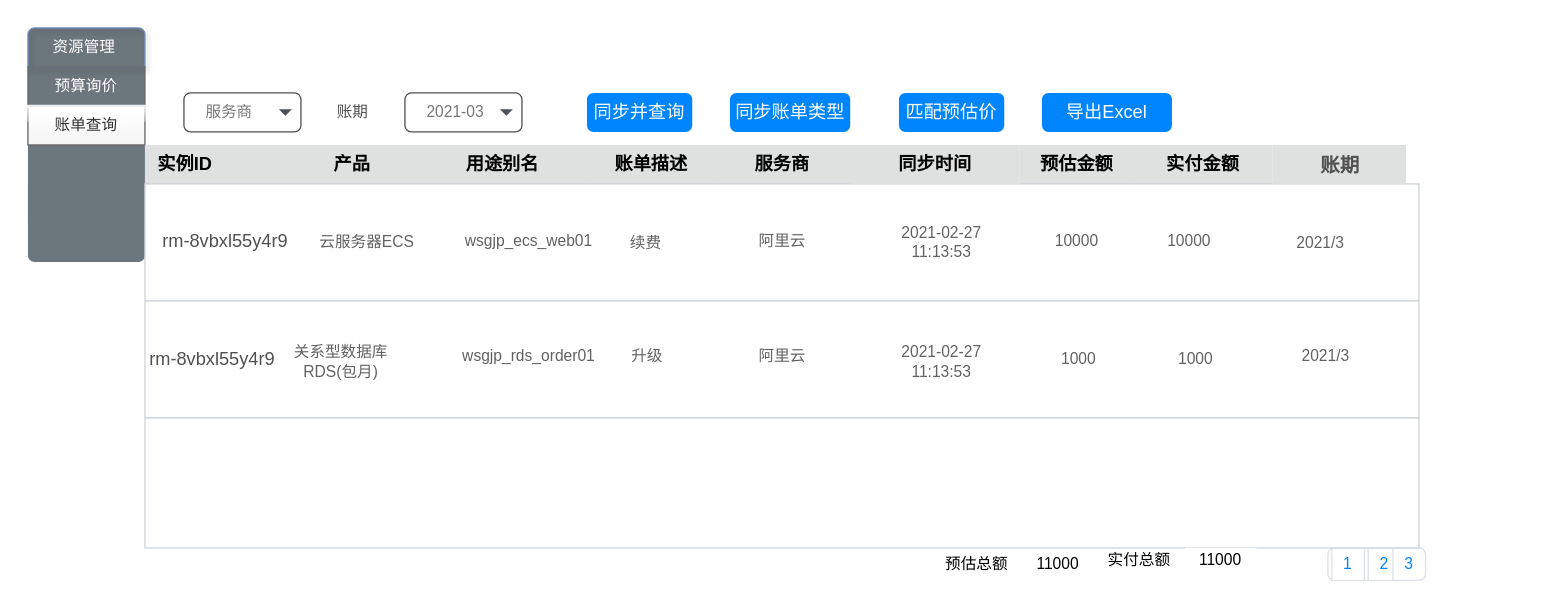
The draw.io diagram page "账单查询" (3 of 10) of 阿里云交易.drawio in mashifei/uml, before the edit. Source tidied: cells renumbered, new cells numbered last; positions are measured from the earlier drawing's top-left corner, leaving out a move shared by most shapes. Both pictures are drawn from the tidied source at 130%, with x=0, y=0 at pixel (27, 27).
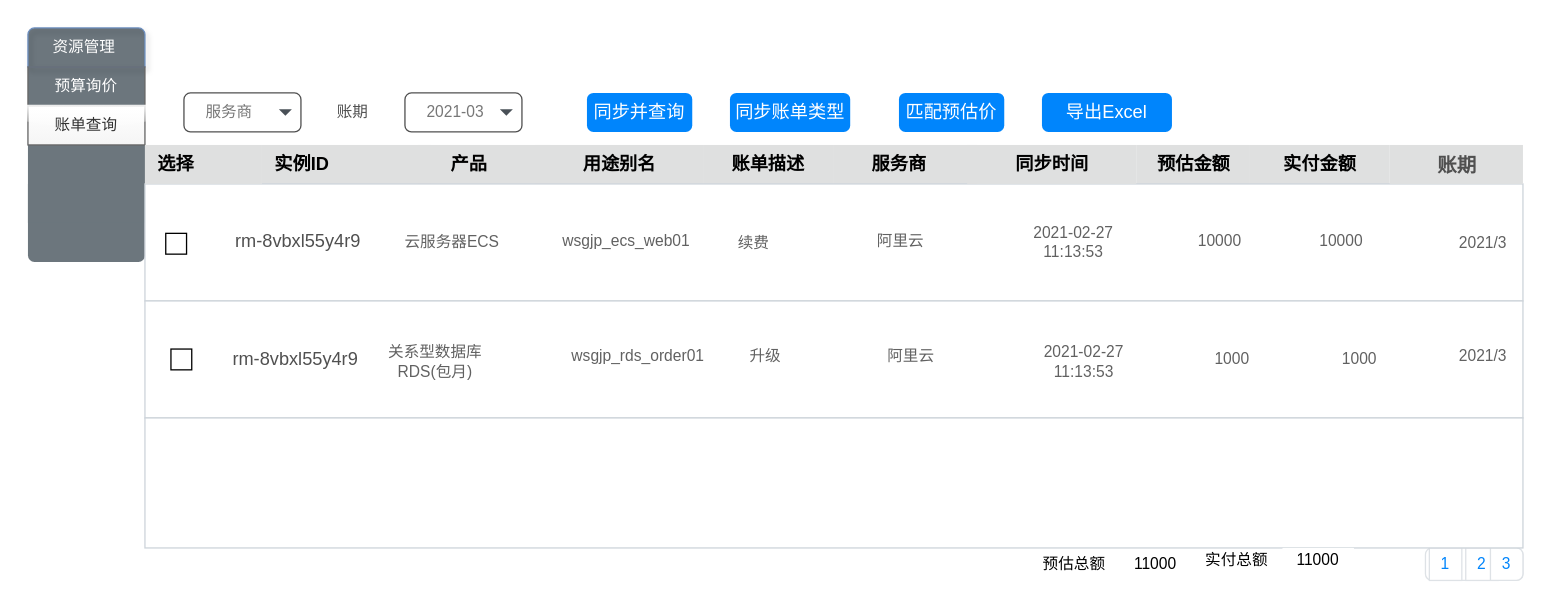
The same diagram, later.

Commit message:
更新阿里云交易.drawio

What changed in the source:
```diff
@@
     <mxCell id="7" value="实例ID" style="rounded=0;whiteSpace=wrap;html=1;arcSize=50;strokeColor=none;strokeWidth=1;fontColor=#000000;whiteSpace=wrap;align=left;verticalAlign=middle;spacingLeft=0;fontStyle=1;fontSize=14;spacing=10;fillColor=#DFE0E0;" parent="1" vertex="1">
-      <mxGeometry x="90" y="90" width="130" height="30" as="geometry" />
+      <mxGeometry x="180" y="90" width="130" height="30" as="geometry" />
     </mxCell>
     <mxCell id="8" value="&amp;nbsp; &amp;nbsp;账单描述" style="rounded=0;whiteSpace=wrap;html=1;arcSize=50;strokeColor=none;strokeWidth=1;fontColor=#000000;whiteSpace=wrap;align=left;verticalAlign=middle;spacingLeft=0;fontStyle=1;fontSize=14;spacing=10;fillColor=#DFE0E0;" parent="1" vertex="1">
-      <mxGeometry x="430" y="90" width="100" height="30" as="geometry" />
+      <mxGeometry x="520" y="90" width="100" height="30" as="geometry" />
     </mxCell>
     <mxCell id="9" value="&amp;nbsp; &amp;nbsp; &amp;nbsp; &amp;nbsp;用途别名" style="rounded=0;whiteSpace=wrap;html=1;arcSize=50;strokeColor=none;strokeWidth=1;fontColor=#000000;whiteSpace=wrap;align=left;verticalAlign=middle;spacingLeft=0;fontStyle=1;fontSize=14;spacing=10;fillColor=#DFE0E0;" parent="1" vertex="1">
-      <mxGeometry x="300" y="90" width="130" height="30" as="geometry" />
+      <mxGeometry x="390" y="90" width="130" height="30" as="geometry" />
     </mxCell>
     <mxCell id="10" value="&amp;nbsp; &amp;nbsp; 产品" style="rounded=0;whiteSpace=wrap;html=1;arcSize=50;strokeColor=none;strokeWidth=1;fontColor=#000000;whiteSpace=wrap;align=left;verticalAlign=middle;spacingLeft=0;fontStyle=1;fontSize=14;spacing=10;fillColor=#DFE0E0;" parent="1" vertex="1">
-      <mxGeometry x="210" y="90" width="102" height="30" as="geometry" />
+      <mxGeometry x="300" y="90" width="102" height="30" as="geometry" />
     </mxCell>
     <mxCell id="11" value="&amp;nbsp; &amp;nbsp; &amp;nbsp;服务商" style="rounded=0;whiteSpace=wrap;html=1;arcSize=50;strokeColor=none;strokeWidth=1;fontColor=#000000;whiteSpace=wrap;align=left;verticalAlign=middle;spacingLeft=0;fontStyle=1;fontSize=14;spacing=10;fillColor=#DFE0E0;" parent="1" vertex="1">
-      <mxGeometry x="530" y="90" width="110" height="30" as="geometry" />
+      <mxGeometry x="620" y="90" width="110" height="30" as="geometry" />
     </mxCell>
     <mxCell id="12" value="预估金额" style="rounded=0;whiteSpace=wrap;html=1;arcSize=50;strokeColor=none;strokeWidth=1;fontColor=#000000;whiteSpace=wrap;align=center;verticalAlign=middle;spacingLeft=0;fontStyle=1;fontSize=14;spacing=10;fillColor=#DFE0E0;" parent="1" vertex="1">
-      <mxGeometry x="762.5" y="90" width="87.5" height="30" as="geometry" />
+      <mxGeometry x="852.5" y="90" width="87.5" height="30" as="geometry" />
     </mxCell>
     <mxCell id="13" value="实付金额" style="rounded=0;whiteSpace=wrap;html=1;arcSize=50;strokeColor=none;strokeWidth=1;fontColor=#000000;whiteSpace=wrap;align=center;verticalAlign=middle;spacingLeft=0;fontStyle=1;fontSize=14;spacing=10;fillColor=#DFE0E0;" parent="1" vertex="1">
-      <mxGeometry x="850" y="90" width="107.5" height="30" as="geometry" />
+      <mxGeometry x="940" y="90" width="107.5" height="30" as="geometry" />
     </mxCell>
     <mxCell id="14" style="group;" parent="1" vertex="1">
-      <mxGeometry x="90" y="130" width="980" height="90" as="geometry" />
+      <mxGeometry x="90" y="130" width="1060" height="94" as="geometry" />
     </mxCell>
     <mxCell id="15" style="rounded=0;whiteSpace=wrap;html=1;shadow=0;dashed=0;sketch=0;strokeColor=#CED4DA;strokeWidth=1;fillColor=#FFFFFF;fontSize=14;fontColor=#505050;align=left;" parent="14" vertex="1">
-      <mxGeometry y="-10" width="980" height="90" as="geometry" />
+      <mxGeometry y="-10" width="1060" height="90" as="geometry" />
     </mxCell>
     <mxCell id="16" value="rm-8vbxl55y4r9" style="text;strokeColor=none;fillColor=none;align=center;verticalAlign=middle;whiteSpace=wrap;rounded=0;shadow=0;dashed=0;sketch=0;fontSize=14;fontColor=#505050;" parent="14" vertex="1">
-      <mxGeometry x="10" y="11.2" width="103.7" height="45" as="geometry" />
+      <mxGeometry x="62.2" y="11.2" width="112.1" height="45" as="geometry" />
     </mxCell>
     <mxCell id="17" value="wsgjp_ecs_web01" style="text;strokeColor=none;fillColor=none;align=center;verticalAlign=middle;whiteSpace=wrap;rounded=0;shadow=0;dashed=0;sketch=0;fontSize=12;fontColor=#505050;spacing=2;textOpacity=90;" parent="14" vertex="1">
-      <mxGeometry x="220" y="11.2" width="150.8" height="45" as="geometry" />
+      <mxGeometry x="289.3" y="11.2" width="163.1" height="45" as="geometry" />
     </mxCell>
     <mxCell id="18" value="续费" style="text;strokeColor=none;fillColor=none;align=center;verticalAlign=middle;whiteSpace=wrap;rounded=0;shadow=0;dashed=0;sketch=0;fontSize=12;fontColor=#505050;spacing=2;textOpacity=90;" parent="14" vertex="1">
-      <mxGeometry x="310" y="13.8" width="150.8" height="45" as="geometry" />
+      <mxGeometry x="386.7" y="13.8" width="163.1" height="45" as="geometry" />
     </mxCell>
     <mxCell id="19" value="阿里云" style="text;strokeColor=none;fillColor=none;align=center;verticalAlign=middle;whiteSpace=wrap;rounded=0;shadow=0;dashed=0;sketch=0;fontSize=12;fontColor=#505050;spacing=2;textOpacity=90;" parent="14" vertex="1">
-      <mxGeometry x="461.7" y="11.2" width="56.5" height="45" as="geometry" />
+      <mxGeometry x="550.8" y="11.2" width="61.2" height="45" as="geometry" />
     </mxCell>
     <mxCell id="20" value="云服务器ECS" style="text;strokeColor=none;fillColor=none;align=center;verticalAlign=middle;whiteSpace=wrap;rounded=0;shadow=0;dashed=0;sketch=0;fontSize=12;fontColor=#505050;spacing=2;textOpacity=90;" parent="14" vertex="1">
-      <mxGeometry x="130" y="12.5" width="82.3" height="45" as="geometry" />
+      <mxGeometry x="192" y="12.5" width="89" height="45" as="geometry" />
     </mxCell>
     <mxCell id="21" value="10000" style="text;strokeColor=none;fillColor=none;align=center;verticalAlign=middle;whiteSpace=wrap;rounded=0;shadow=0;dashed=0;sketch=0;fontSize=12;fontColor=#505050;spacing=2;textOpacity=90;" parent="14" vertex="1">
-      <mxGeometry x="775.2" y="11.2" width="56.5" height="45" as="geometry" />
+      <mxGeometry x="889.9" y="11.2" width="61.2" height="45" as="geometry" />
     </mxCell>
     <mxCell id="22" value="2021/3" style="text;strokeColor=none;fillColor=none;align=center;verticalAlign=middle;whiteSpace=wrap;rounded=0;shadow=0;dashed=0;sketch=0;fontSize=12;fontColor=#505050;spacing=2;textOpacity=90;" parent="14" vertex="1">
-      <mxGeometry x="876" y="13.8" width="56.5" height="45" as="geometry" />
+      <mxGeometry x="998.9" y="13.8" width="61.2" height="45" as="geometry" />
     </mxCell>
     <mxCell id="23" value="10000" style="text;strokeColor=none;fillColor=none;align=center;verticalAlign=middle;whiteSpace=wrap;rounded=0;shadow=0;dashed=0;sketch=0;fontSize=12;fontColor=#505050;spacing=2;textOpacity=90;" parent="14" vertex="1">
-      <mxGeometry x="670" y="11.2" width="94.2" height="45" as="geometry" />
+      <mxGeometry x="776.1" y="11.2" width="101.9" height="45" as="geometry" />
     </mxCell>
     <mxCell id="24" value="2021-02-27 11:13:53" style="text;strokeColor=none;fillColor=none;align=center;verticalAlign=middle;whiteSpace=wrap;rounded=0;shadow=0;dashed=0;sketch=0;fontSize=12;fontColor=#505050;spacing=2;textOpacity=90;" parent="14" vertex="1">
-      <mxGeometry x="580" y="12.5" width="65.7" height="45" as="geometry" />
+      <mxGeometry x="678.7" y="12.5" width="71.1" height="45" as="geometry" />
     </mxCell>
+    <mxCell id="56" style="whiteSpace=wrap;html=1;" parent="14" vertex="1">
+      <mxGeometry x="16" y="28" width="16" height="16" as="geometry" />
+    </mxCell>
     <mxCell id="25" style="html=1;shadow=0;dashed=0;shape=mxgraph.bootstrap.rrect;rSize=5;strokeColor=#DEE2E6;html=1;whiteSpace=wrap;fillColor=#ffffff;fontColor=#0085FC;rounded=0;sketch=0;align=center;" parent="1" vertex="1">
-      <mxGeometry x="1000" y="400" width="75" height="25" as="geometry" />
+      <mxGeometry x="1075" y="400" width="75" height="25" as="geometry" />
     </mxCell>
@@
     <mxCell id="29" style="group;" parent="1" vertex="1">
-      <mxGeometry x="90" y="210" width="980" height="90" as="geometry" />
+      <mxGeometry x="90" y="210" width="1060" height="90" as="geometry" />
     </mxCell>
     <mxCell id="30" style="rounded=0;whiteSpace=wrap;html=1;shadow=0;dashed=0;sketch=0;strokeColor=#CED4DA;strokeWidth=1;fillColor=#FFFFFF;fontSize=14;fontColor=#505050;align=left;" parent="29" vertex="1">
-      <mxGeometry width="980" height="90" as="geometry" />
+      <mxGeometry width="1060" height="90" as="geometry" />
     </mxCell>
     <mxCell id="31" value="rm-8vbxl55y4r9" style="text;strokeColor=none;fillColor=none;align=center;verticalAlign=middle;whiteSpace=wrap;rounded=0;shadow=0;dashed=0;sketch=0;fontSize=14;fontColor=#505050;" parent="29" vertex="1">
-      <mxGeometry y="22.5" width="103.7" height="45" as="geometry" />
+      <mxGeometry x="60" y="22.5" width="112.1" height="45" as="geometry" />
     </mxCell>
     <mxCell id="32" value="wsgjp_rds_order01" style="text;strokeColor=none;fillColor=none;align=center;verticalAlign=middle;whiteSpace=wrap;rounded=0;shadow=0;dashed=0;sketch=0;fontSize=12;fontColor=#505050;spacing=2;textOpacity=90;" parent="29" vertex="1">
-      <mxGeometry x="220" y="20.1" width="150.8" height="45" as="geometry" />
+      <mxGeometry x="298" y="20.1" width="163.1" height="45" as="geometry" />
     </mxCell>
     <mxCell id="33" value="阿里云" style="text;strokeColor=none;fillColor=none;align=center;verticalAlign=middle;whiteSpace=wrap;rounded=0;shadow=0;dashed=0;sketch=0;fontSize=12;fontColor=#505050;spacing=2;textOpacity=90;" parent="29" vertex="1">
-      <mxGeometry x="461.7" y="20.1" width="56.5" height="45" as="geometry" />
+      <mxGeometry x="559.4" y="20.1" width="61.2" height="45" as="geometry" />
     </mxCell>
     <mxCell id="34" value="1000" style="text;strokeColor=none;fillColor=none;align=center;verticalAlign=middle;whiteSpace=wrap;rounded=0;shadow=0;dashed=0;sketch=0;fontSize=12;fontColor=#505050;spacing=2;textOpacity=90;" parent="29" vertex="1">
-      <mxGeometry x="690" y="22.5" width="56.5" height="45" as="geometry" />
+      <mxGeometry x="806.3" y="22.5" width="61.2" height="45" as="geometry" />
     </mxCell>
     <mxCell id="35" value="1000" style="text;strokeColor=none;fillColor=none;align=center;verticalAlign=middle;whiteSpace=wrap;rounded=0;shadow=0;dashed=0;sketch=0;fontSize=12;fontColor=#505050;spacing=2;textOpacity=90;" parent="29" vertex="1">
-      <mxGeometry x="780" y="22.5" width="56.5" height="45" as="geometry" />
+      <mxGeometry x="903.7" y="22.5" width="61.2" height="45" as="geometry" />
     </mxCell>
     <mxCell id="36" value="升级" style="text;strokeColor=none;fillColor=none;align=center;verticalAlign=middle;whiteSpace=wrap;rounded=0;shadow=0;dashed=0;sketch=0;fontSize=12;fontColor=#505050;spacing=2;textOpacity=90;" parent="29" vertex="1">
-      <mxGeometry x="311" y="20.1" width="150.8" height="45" as="geometry" />
+      <mxGeometry x="396.3" y="20.1" width="163.1" height="45" as="geometry" />
     </mxCell>
     <mxCell id="37" value="关系型数据库RDS(包月)" style="text;strokeColor=none;fillColor=none;align=center;verticalAlign=middle;whiteSpace=wrap;rounded=0;shadow=0;dashed=0;sketch=0;fontSize=12;fontColor=#505050;spacing=2;textOpacity=90;" parent="29" vertex="1">
-      <mxGeometry x="109.9" y="24.9" width="82.3" height="45" as="geometry" />
+      <mxGeometry x="178.9" y="24.9" width="89" height="45" as="geometry" />
     </mxCell>
     <mxCell id="38" value="2021/3" style="text;strokeColor=none;fillColor=none;align=center;verticalAlign=middle;whiteSpace=wrap;rounded=0;shadow=0;dashed=0;sketch=0;fontSize=12;fontColor=#505050;spacing=2;textOpacity=90;" parent="29" vertex="1">
-      <mxGeometry x="880" y="20.1" width="56.5" height="45" as="geometry" />
+      <mxGeometry x="998.8" y="20.1" width="61.2" height="45" as="geometry" />
     </mxCell>
     <mxCell id="39" value="2021-02-27 11:13:53" style="text;strokeColor=none;fillColor=none;align=center;verticalAlign=middle;whiteSpace=wrap;rounded=0;shadow=0;dashed=0;sketch=0;fontSize=12;fontColor=#505050;spacing=2;textOpacity=90;" parent="29" vertex="1">
-      <mxGeometry x="580" y="24.9" width="65.7" height="45" as="geometry" />
+      <mxGeometry x="687.3" y="24.9" width="71.1" height="45" as="geometry" />
     </mxCell>
+    <mxCell id="57" style="whiteSpace=wrap;html=1;" parent="29" vertex="1">
+      <mxGeometry x="20" y="37" width="16" height="16" as="geometry" />
+    </mxCell>
     <mxCell id="40" style="whiteSpace=wrap;html=1;rounded=0;shadow=0;dashed=0;sketch=0;strokeColor=#CED4DA;strokeWidth=1;fillColor=#FFFFFF;fontSize=12;fontColor=#505050;align=center;" parent="1" vertex="1">
-      <mxGeometry x="90" y="300" width="980" height="100" as="geometry" />
+      <mxGeometry x="90" y="300" width="1060" height="100" as="geometry" />
     </mxCell>
     <mxCell id="41" value="&lt;span style=&quot;color: rgb(80 , 80 , 80)&quot;&gt;&lt;b&gt;&lt;font style=&quot;font-size: 15px&quot;&gt;账期&lt;/font&gt;&lt;/b&gt;&lt;/span&gt;" style="rounded=0;whiteSpace=wrap;html=1;arcSize=50;strokeColor=none;strokeWidth=1;fontColor=#000000;whiteSpace=wrap;align=center;verticalAlign=middle;spacingLeft=0;fontStyle=0;fontSize=14;spacing=10;fillColor=#DFE0E0;" parent="1" vertex="1">
-      <mxGeometry x="957.5" y="90" width="102.5" height="30" as="geometry" />
+      <mxGeometry x="1047.5" y="90" width="102.5" height="30" as="geometry" />
     </mxCell>
     <mxCell id="42" value="预估总额" style="text;html=1;strokeColor=none;fillColor=none;align=center;verticalAlign=middle;whiteSpace=wrap;rounded=0;shadow=0;glass=0;" parent="1" vertex="1">
-      <mxGeometry x="695" y="402.5" width="70" height="20" as="geometry" />
+      <mxGeometry x="770" y="402.5" width="70" height="20" as="geometry" />
     </mxCell>
     <mxCell id="43" value="11000" style="text;html=1;align=center;verticalAlign=middle;whiteSpace=wrap;rounded=0;shadow=0;glass=0;fillColor=#ffffff;" parent="1" vertex="1">
-      <mxGeometry x="765" y="402.5" width="55" height="20" as="geometry" />
+      <mxGeometry x="840" y="402.5" width="55" height="20" as="geometry" />
     </mxCell>
     <mxCell id="44" value="实付总额" style="text;html=1;strokeColor=none;fillColor=none;align=center;verticalAlign=middle;whiteSpace=wrap;rounded=0;shadow=0;glass=0;" parent="1" vertex="1">
-      <mxGeometry x="820" y="400" width="70" height="20" as="geometry" />
+      <mxGeometry x="895" y="400" width="70" height="20" as="geometry" />
     </mxCell>
     <mxCell id="45" value="11000" style="text;html=1;align=center;verticalAlign=middle;whiteSpace=wrap;rounded=0;shadow=0;glass=0;fillColor=#ffffff;" parent="1" vertex="1">
-      <mxGeometry x="890" y="400" width="55" height="20" as="geometry" />
+      <mxGeometry x="965" y="400" width="55" height="20" as="geometry" />
     </mxCell>
     <mxCell id="46" value="同步时间" style="rounded=0;whiteSpace=wrap;html=1;arcSize=50;strokeColor=none;strokeWidth=1;fontColor=#000000;whiteSpace=wrap;align=center;verticalAlign=middle;spacingLeft=0;fontStyle=1;fontSize=14;spacing=10;fillColor=#DFE0E0;" parent="1" vertex="1">
-      <mxGeometry x="632.5" y="90" width="130" height="30" as="geometry" />
+      <mxGeometry x="722.5" y="90" width="130" height="30" as="geometry" />
     </mxCell>
@@
+    <mxCell id="58" value="选择" style="rounded=0;whiteSpace=wrap;html=1;arcSize=50;strokeColor=none;strokeWidth=1;fontColor=#000000;whiteSpace=wrap;align=left;verticalAlign=middle;spacingLeft=0;fontStyle=1;fontSize=14;spacing=10;fillColor=#DFE0E0;" parent="1" vertex="1">
+      <mxGeometry x="90" y="90" width="90" height="30" as="geometry" />
+    </mxCell>
```
